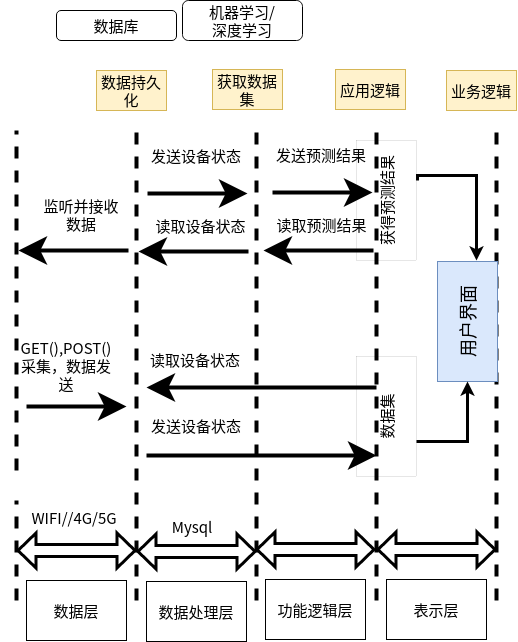
mahao12/image keeps this draw.io diagram as 未命名绘图-第 2 页.drawio.png. Above is the earlier version. Source tidied: cells renumbered, new cells last; positions are measured from the earlier drawing's top-left corner, leaving out a move shared by most shapes.
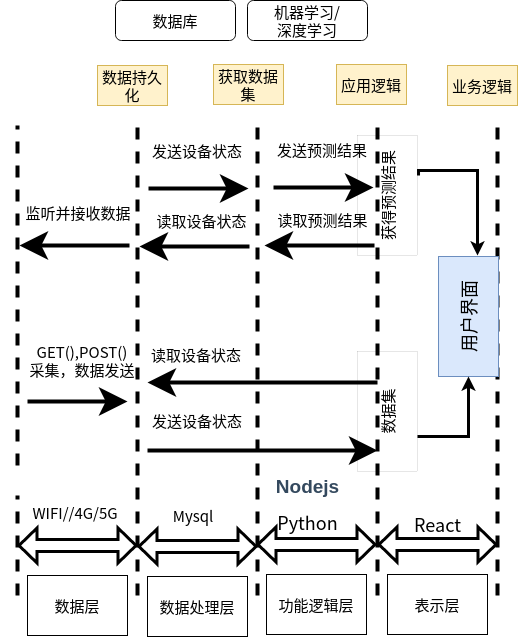
After the change.

Commit message:
系统数据流向图.drawio.png

What changed in the source:
```diff
@@ -54,10 +54,10 @@
       </mxGeometry>
     </mxCell>
     <mxCell id="10" value="监听并接收数据" style="text;html=1;strokeColor=none;fillColor=none;align=center;verticalAlign=middle;whiteSpace=wrap;rounded=0;fontSize=15;" parent="1" vertex="1">
-      <mxGeometry x="20" y="199" width="90" height="30" as="geometry" />
+      <mxGeometry x="6" y="202" width="110" height="30" as="geometry" />
     </mxCell>
     <mxCell id="11" value="GET(),POST()&lt;br&gt;&lt;div&gt;采集，数据发送&lt;/div&gt;" style="text;html=1;strokeColor=none;fillColor=none;align=center;verticalAlign=middle;whiteSpace=wrap;rounded=0;fontSize=15;" parent="1" vertex="1">
-      <mxGeometry x="10" y="350" width="80" height="30" as="geometry" />
+      <mxGeometry x="10" y="350" width="110" height="30" as="geometry" />
     </mxCell>
     <mxCell id="12" style="shape=flexArrow;endArrow=classic;startArrow=classic;html=1;rounded=0;fontSize=15;startSize=5;endSize=5;strokeWidth=3;" parent="1" edge="1">
       <mxGeometry relative="1" as="geometry">
@@ -105,7 +105,7 @@
       </mxGeometry>
     </mxCell>
     <mxCell id="21" value="&lt;div&gt;Mysql&lt;/div&gt;" style="text;html=1;strokeColor=none;fillColor=none;align=center;verticalAlign=middle;whiteSpace=wrap;rounded=0;fontSize=15;" parent="1" vertex="1">
-      <mxGeometry x="136" y="511" width="80" height="30" as="geometry" />
+      <mxGeometry x="136" y="505" width="80" height="30" as="geometry" />
     </mxCell>
     <mxCell id="22" value="数据处理层" style="rounded=0;whiteSpace=wrap;html=1;fontSize=15;" parent="1" vertex="1">
       <mxGeometry x="130" y="581" width="100" height="60" as="geometry" />
@@ -147,10 +147,10 @@
       <mxGeometry x="430" y="70" width="70" height="40" as="geometry" />
     </mxCell>
     <mxCell id="31" value="数据库" style="rounded=1;whiteSpace=wrap;html=1;fontSize=15;" parent="1" vertex="1">
-      <mxGeometry x="40" y="10" width="120" height="30" as="geometry" />
+      <mxGeometry x="98" y="5" width="120" height="40" as="geometry" />
     </mxCell>
     <mxCell id="32" value="&lt;div&gt;机器学习/&lt;/div&gt;&lt;div&gt;深度学习&lt;br&gt;&lt;/div&gt;" style="rounded=1;whiteSpace=wrap;html=1;fontSize=15;" parent="1" vertex="1">
-      <mxGeometry x="166" width="120" height="40" as="geometry" />
+      <mxGeometry x="230" y="5" width="120" height="40" as="geometry" />
     </mxCell>
     <mxCell id="33" style="shape=flexArrow;endArrow=classic;startArrow=classic;html=1;rounded=0;fontSize=15;startSize=5;endSize=5;strokeWidth=3;" parent="1" edge="1">
       <mxGeometry relative="1" as="geometry">
@@ -213,5 +213,11 @@
         <mxPoint x="400" y="441" as="sourcePoint" />
       </mxGeometry>
     </mxCell>
+    <mxCell id="46" value="React" style="text;html=1;align=center;verticalAlign=middle;strokeColor=none;fillColor=none;fontSize=18;" parent="1" vertex="1">
+      <mxGeometry x="385" y="509" width="70" height="40" as="geometry" />
+    </mxCell>
+    <mxCell id="47" value="&lt;h3 style=&quot;box-sizing: border-box; outline: currentcolor none 0px; margin: 30px 0px 15px; padding: 0px; font-weight: 700; font-family: &amp;quot;Helvetica Neue&amp;quot;, Helvetica, Arial, &amp;quot;Microsoft Yahei&amp;quot;, &amp;quot;Hiragino Sans GB&amp;quot;, &amp;quot;Heiti SC&amp;quot;, &amp;quot;WenQuanYi Micro Hei&amp;quot;, sans-serif; font-size: 19px; color: rgb(52, 73, 94); line-height: 1.1; overflow-wrap: break-word; font-style: normal; font-variant-ligatures: normal; font-variant-caps: normal; letter-spacing: normal; text-align: start; text-indent: 0px; text-transform: none; word-spacing: 0px; -webkit-text-stroke-width: 0px; background-color: rgb(255, 255, 255); text-decoration-thickness: initial; text-decoration-style: initial; text-decoration-color: initial;&quot;&gt;&lt;font style=&quot;font-size: 19px;&quot;&gt;Nodejs&lt;/font&gt;&lt;/h3&gt;&lt;div&gt;Python&lt;br&gt;&lt;/div&gt;" style="text;html=1;align=center;verticalAlign=middle;strokeColor=none;fillColor=none;fontSize=18;" parent="1" vertex="1">
+      <mxGeometry x="245" y="444" width="90" height="100" as="geometry" />
+    </mxCell>
   </root>
 </mxGraphModel>
```
